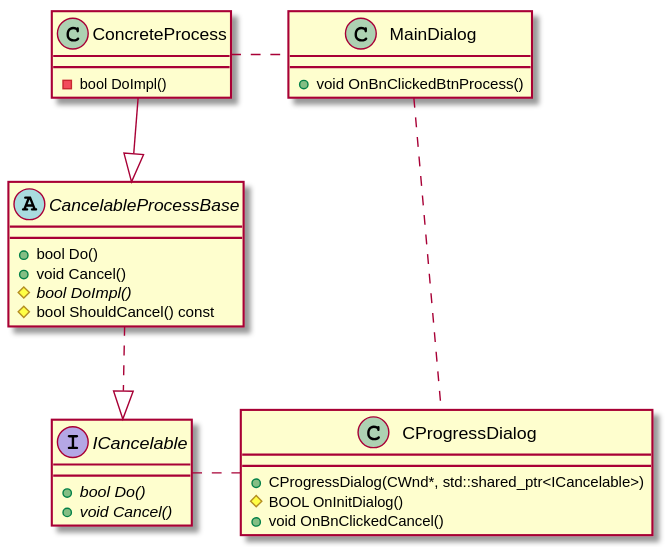
Before: docs/class.svg, a diagram exported from PlantUML (asura/progress_dialog). Its source is kept beside it as docs/class.puml.
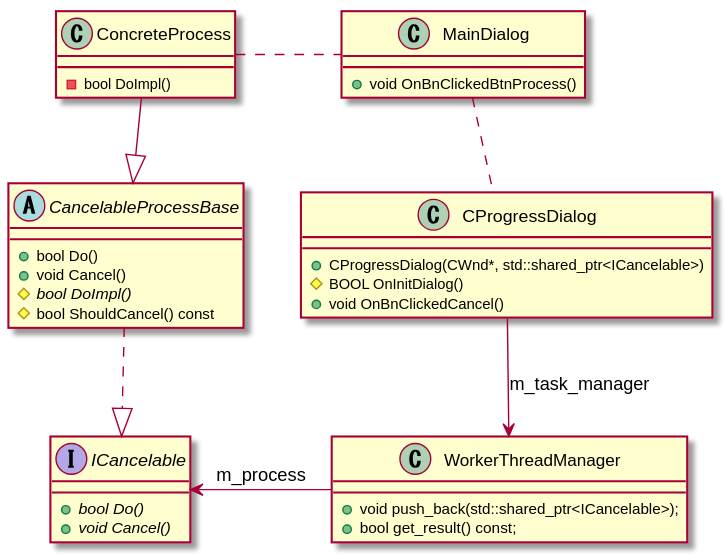
The same file after the commit.

Commit message:
[mdf] update UML diagrams

Diff of the diagram source:
```diff
@@ -19,6 +19,11 @@
 ICancelable <|.u. CancelableProcessBase
 CancelableProcessBase <|-u- ConcreteProcess
 
+class WorkerThreadManager {
+	+void push_back(std::shared_ptr<ICancelable>);
+	+bool get_result() const;
+}
+
 class CProgressDialog {
   +CProgressDialog(CWnd*, std::shared_ptr<ICancelable>)
   #BOOL OnInitDialog()
@@ -29,7 +34,9 @@
   +void OnBnClickedBtnProcess()
 }
 
-CProgressDialog .l. ICancelable
+CProgressDialog -d-> WorkerThreadManager : m_task_manager
+
+WorkerThreadManager -l-> ICancelable : m_process
 
 MainDialog .l. ConcreteProcess
 MainDialog .d. CProgressDialog
```
